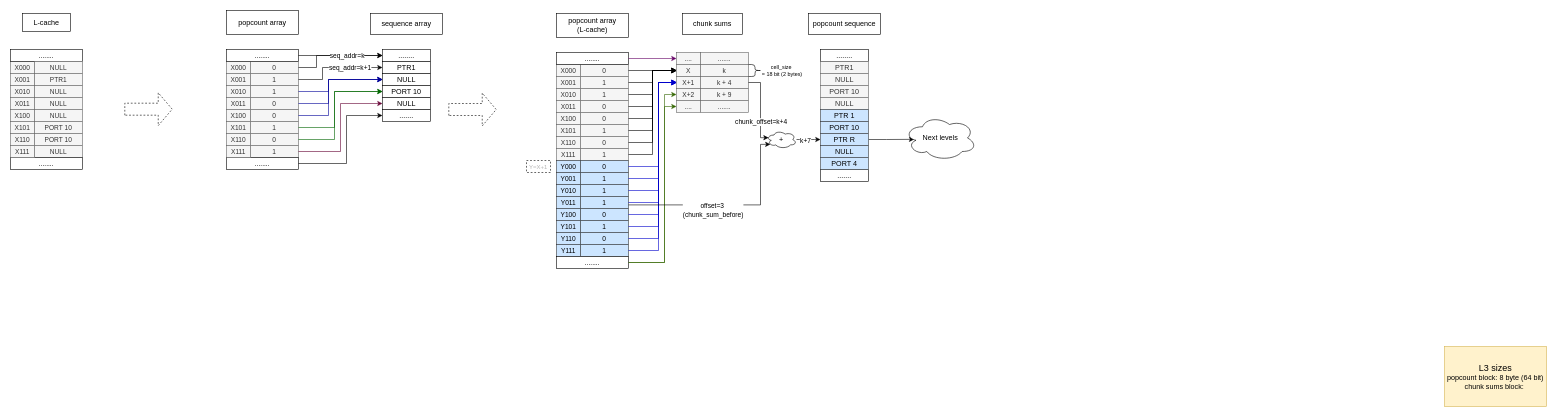
The draw.io diagram page "lulea_roadmap" (3 of 4) of docs/cache_scheme.drawio in IlyaManishin/lulea-algoritm-rtl, before the edit. Source tidied: cells renumbered, new cells numbered last; positions are measured from the earlier drawing's top-left corner, leaving out a move shared by most shapes. Both pictures are drawn from the tidied source at 60%, with x=0, y=0 at pixel (10, 10).
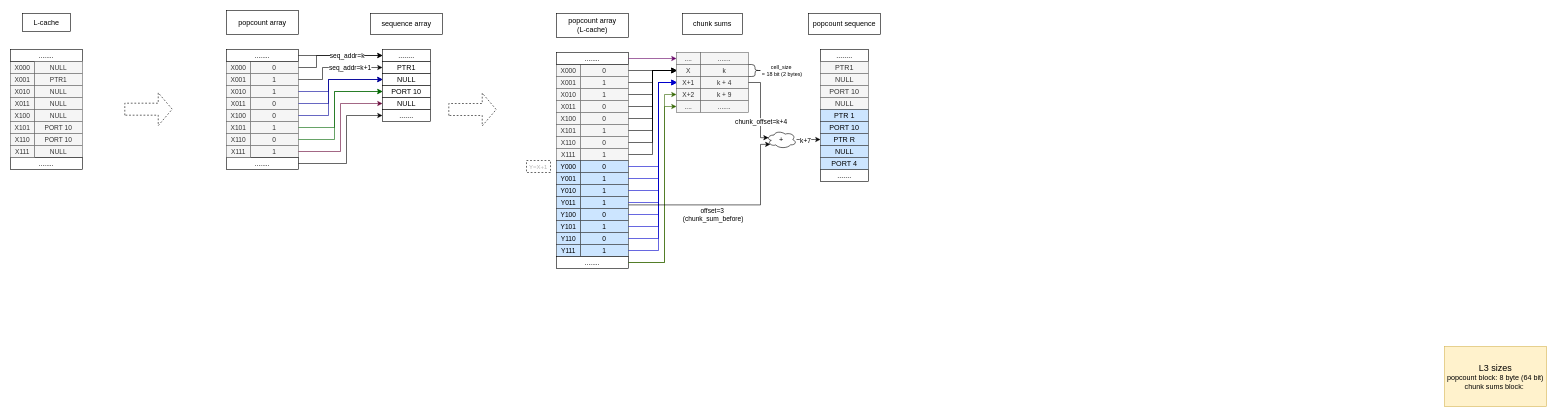
The same diagram, later.

The change refers to these unchanged cells:
```xml
<mxCell id="140" style="edgeStyle=orthogonalEdgeStyle;rounded=0;jettySize=auto;html=1;entryX=0.13;entryY=0.77;entryDx=0;entryDy=0;entryPerimeter=0;" parent="1" edge="1" source="83" target="137">
  <mxGeometry relative="1" as="geometry">
    <Array as="points">
      <mxPoint x="1250" y="324" />
      <mxPoint x="1250" y="223" />
    </Array>
  </mxGeometry>
</mxCell>
<mxCell id="145" value="PTR R" style="rounded=0;whiteSpace=wrap;html=1;fillColor=#cce5ff;strokeColor=#36393d;" parent="1" vertex="1">
  <mxGeometry x="1350" y="205" width="80" height="20" as="geometry" />
</mxCell>
```

The edit, as a diff of the source:
```diff
@@
     <mxCell id="141" value="offset=3&amp;nbsp;&lt;div&gt;(chunk_sum_before)&lt;/div&gt;" style="edgeLabel;html=1;align=center;verticalAlign=middle;" parent="140" vertex="1">
       <mxGeometry x="-0.33" y="2" relative="1" as="geometry">
-        <mxPoint x="27" y="10" as="offset" />
+        <mxPoint x="27" y="18" as="offset" />
       </mxGeometry>
     </mxCell>
@@
-    <mxCell id="144" style="edgeStyle=orthogonalEdgeStyle;rounded=0;jettySize=auto;html=1;entryX=0.135;entryY=0.53;entryDx=0;entryDy=0;entryPerimeter=0;" parent="1" edge="1" source="145" target="153">
-      <mxGeometry relative="1" as="geometry" />
-    </mxCell>
@@
-    <mxCell id="153" value="Next levels" style="ellipse;shape=cloud;whiteSpace=wrap;html=1;" parent="1" vertex="1">
-      <mxGeometry x="1490" y="175" width="120" height="75" as="geometry" />
-    </mxCell>
```
